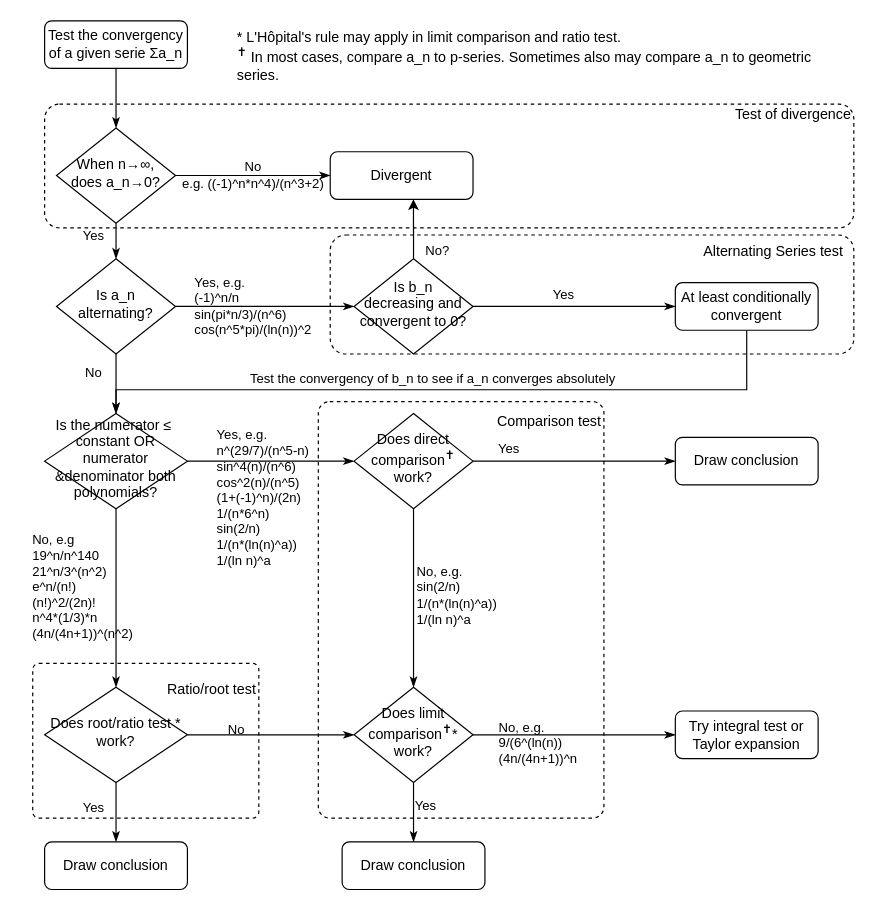
The draw.io diagram convergency_testings.drawio in lemonci/notes, before the edit. Source tidied: cells renumbered, new cells numbered last; positions are measured from the earlier drawing's top-left corner, leaving out a move shared by most shapes. Both pictures are drawn from the tidied source at 119%, with x=0, y=0 at pixel (32, 20).
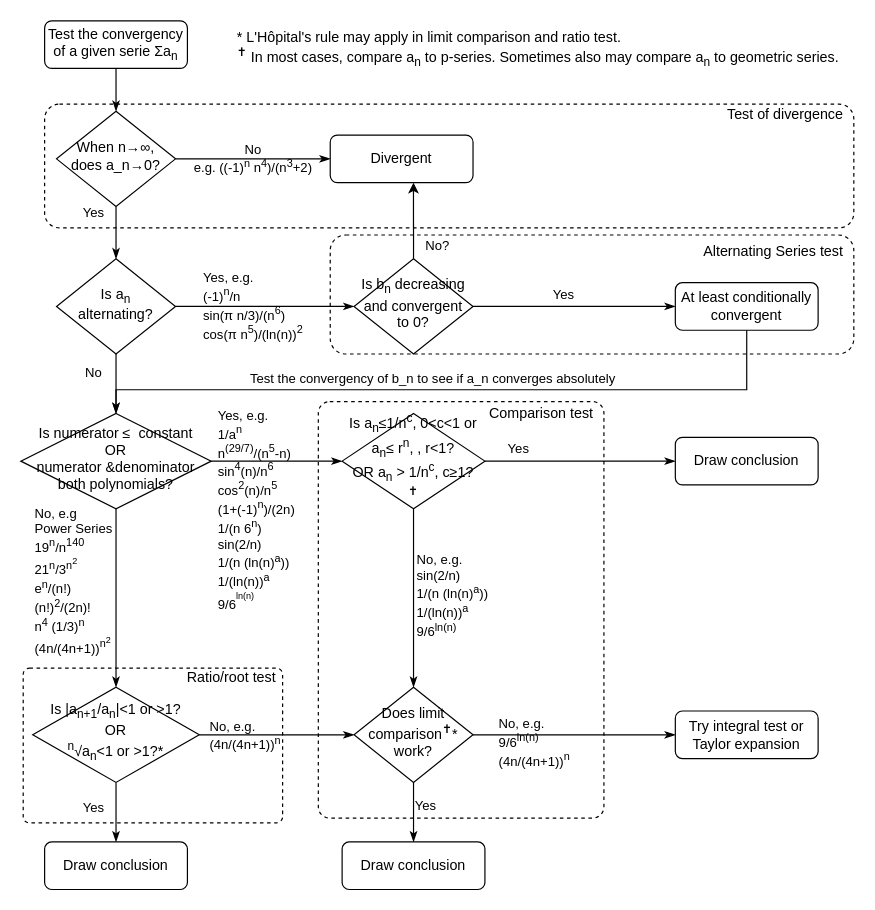
The same page after the edit.

Commit message:
Rewrite the test details

The change refers to these unchanged cells:
```xml
<mxCell id="9" style="edgeStyle=orthogonalEdgeStyle;rounded=0;jettySize=auto;html=1;exitX=0.5;exitY=1;exitDx=0;exitDy=0;entryX=0.5;entryY=0;entryDx=0;entryDy=0;endArrow=classicThin;endFill=1;labelBackgroundColor=none;" parent="1" edge="1" source="11" target="17">
  <mxGeometry relative="1" as="geometry" />
</mxCell>
<mxCell id="13" style="edgeStyle=orthogonalEdgeStyle;rounded=0;jettySize=auto;html=1;exitX=1;exitY=0.5;exitDx=0;exitDy=0;entryX=0;entryY=0.5;entryDx=0;entryDy=0;endArrow=classicThin;endFill=1;labelBackgroundColor=none;" parent="1" edge="1" source="17" target="24">
  <mxGeometry relative="1" as="geometry" />
</mxCell>
<mxCell id="25" style="edgeStyle=orthogonalEdgeStyle;rounded=0;jettySize=auto;html=1;exitX=1;exitY=0.5;exitDx=0;exitDy=0;endArrow=classicThin;endFill=1;labelBackgroundColor=none;" parent="1" edge="1" source="29" target="33">
  <mxGeometry relative="1" as="geometry" />
</mxCell>
<mxCell id="27" style="edgeStyle=orthogonalEdgeStyle;rounded=0;jettySize=auto;html=1;exitX=0.5;exitY=1;exitDx=0;exitDy=0;endArrow=classicThin;endFill=1;labelBackgroundColor=none;" parent="1" edge="1" source="29" target="42">
  <mxGeometry relative="1" as="geometry" />
</mxCell>
<mxCell id="30" style="edgeStyle=orthogonalEdgeStyle;rounded=0;jettySize=auto;html=1;exitX=0.5;exitY=1;exitDx=0;exitDy=0;endArrow=classicThin;endFill=1;labelBackgroundColor=none;" parent="1" edge="1" source="33" target="37">
  <mxGeometry relative="1" as="geometry" />
</mxCell>
<mxCell id="34" style="edgeStyle=orthogonalEdgeStyle;rounded=0;jettySize=auto;html=1;exitX=1;exitY=0.5;exitDx=0;exitDy=0;entryX=0;entryY=0.5;entryDx=0;entryDy=0;endArrow=classicThin;endFill=1;labelBackgroundColor=none;" parent="1" edge="1" source="37" target="43">
  <mxGeometry relative="1" as="geometry" />
</mxCell>
<mxCell id="38" style="edgeStyle=orthogonalEdgeStyle;rounded=0;jettySize=auto;html=1;exitX=1;exitY=0.5;exitDx=0;exitDy=0;entryX=0;entryY=0.5;entryDx=0;entryDy=0;endArrow=classicThin;endFill=1;labelBackgroundColor=none;" parent="1" edge="1" source="42" target="37">
  <mxGeometry relative="1" as="geometry" />
</mxCell>
```

What changed in the source:
```diff
@@
-    <mxCell id="2" value="&lt;div align=&quot;right&quot;&gt;&lt;br&gt;&lt;/div&gt;&lt;div align=&quot;right&quot;&gt;&lt;br&gt;&lt;/div&gt;&lt;div align=&quot;right&quot;&gt;Comparison test&lt;/div&gt;&lt;div align=&quot;right&quot;&gt;&lt;br&gt;&lt;/div&gt;&lt;div align=&quot;right&quot;&gt;&lt;br&gt;&lt;/div&gt;&lt;div align=&quot;right&quot;&gt;&lt;br&gt;&lt;/div&gt;&lt;div align=&quot;right&quot;&gt;&lt;br&gt;&lt;/div&gt;&lt;div align=&quot;right&quot;&gt;&lt;br&gt;&lt;/div&gt;&lt;div align=&quot;right&quot;&gt;&lt;br&gt;&lt;/div&gt;&lt;div align=&quot;right&quot;&gt;&lt;br&gt;&lt;/div&gt;&lt;div align=&quot;right&quot;&gt;&lt;br&gt;&lt;/div&gt;&lt;div align=&quot;right&quot;&gt;&lt;br&gt;&lt;/div&gt;&lt;div align=&quot;right&quot;&gt;&lt;br&gt;&lt;/div&gt;&lt;div align=&quot;right&quot;&gt;&lt;br&gt;&lt;/div&gt;&lt;div align=&quot;right&quot;&gt;&lt;br&gt;&lt;/div&gt;&lt;div align=&quot;right&quot;&gt;&amp;nbsp;&amp;nbsp; &lt;br&gt;&lt;/div&gt;&lt;div align=&quot;right&quot;&gt;&lt;br&gt;&lt;/div&gt;&lt;div align=&quot;right&quot;&gt;&lt;br&gt;&lt;/div&gt;&lt;div align=&quot;right&quot;&gt;&lt;br&gt;&lt;/div&gt;&lt;div align=&quot;right&quot;&gt;&lt;br&gt;&lt;/div&gt;&lt;div align=&quot;right&quot;&gt;&lt;br&gt;&lt;/div&gt;&lt;div align=&quot;right&quot;&gt;&lt;br&gt;&lt;/div&gt;&lt;div align=&quot;right&quot;&gt;&lt;br&gt;&lt;/div&gt;&lt;div&gt;&lt;br&gt;&lt;/div&gt;&lt;div&gt;&lt;br&gt;&lt;/div&gt;&lt;div&gt;&lt;br&gt;&lt;/div&gt;&lt;div&gt;&lt;br&gt;&lt;/div&gt;" style="rounded=1;whiteSpace=wrap;html=1;dashed=1;fillColor=none;align=right;arcSize=4;labelBackgroundColor=none;" parent="1" vertex="1">
+    <mxCell id="2" value="&lt;div align=&quot;right&quot;&gt;&lt;br&gt;&lt;/div&gt;&lt;div align=&quot;right&quot;&gt;&lt;br&gt;&lt;/div&gt;&lt;div align=&quot;right&quot;&gt;Comparison test &amp;nbsp; &lt;br&gt;&lt;/div&gt;&lt;div align=&quot;right&quot;&gt;&lt;br&gt;&lt;/div&gt;&lt;div align=&quot;right&quot;&gt;&lt;br&gt;&lt;/div&gt;&lt;div align=&quot;right&quot;&gt;&lt;br&gt;&lt;/div&gt;&lt;div align=&quot;right&quot;&gt;&lt;br&gt;&lt;/div&gt;&lt;div align=&quot;right&quot;&gt;&lt;br&gt;&lt;/div&gt;&lt;div align=&quot;right&quot;&gt;&lt;br&gt;&lt;/div&gt;&lt;div align=&quot;right&quot;&gt;&lt;br&gt;&lt;/div&gt;&lt;div align=&quot;right&quot;&gt;&lt;br&gt;&lt;/div&gt;&lt;div align=&quot;right&quot;&gt;&lt;br&gt;&lt;/div&gt;&lt;div align=&quot;right&quot;&gt;&lt;br&gt;&lt;/div&gt;&lt;div align=&quot;right&quot;&gt;&lt;br&gt;&lt;/div&gt;&lt;div align=&quot;right&quot;&gt;&lt;br&gt;&lt;/div&gt;&lt;div align=&quot;right&quot;&gt;&lt;br&gt;&lt;/div&gt;&lt;div align=&quot;right&quot;&gt;&amp;nbsp;&amp;nbsp; &lt;br&gt;&lt;/div&gt;&lt;div align=&quot;right&quot;&gt;&lt;br&gt;&lt;/div&gt;&lt;div align=&quot;right&quot;&gt;&lt;br&gt;&lt;/div&gt;&lt;div align=&quot;right&quot;&gt;&lt;br&gt;&lt;/div&gt;&lt;div align=&quot;right&quot;&gt;&lt;br&gt;&lt;/div&gt;&lt;div align=&quot;right&quot;&gt;&lt;br&gt;&lt;/div&gt;&lt;div align=&quot;right&quot;&gt;&lt;br&gt;&lt;/div&gt;&lt;div align=&quot;right&quot;&gt;&lt;br&gt;&lt;/div&gt;&lt;div&gt;&lt;br&gt;&lt;/div&gt;&lt;div&gt;&lt;br&gt;&lt;/div&gt;&lt;div&gt;&lt;br&gt;&lt;/div&gt;&lt;div&gt;&lt;br&gt;&lt;/div&gt;" style="rounded=1;whiteSpace=wrap;html=1;dashed=1;fillColor=none;align=right;arcSize=4;labelBackgroundColor=none;" parent="1" vertex="1">
       <mxGeometry x="240" y="320" width="240" height="350" as="geometry" />
     </mxCell>
-    <mxCell id="3" value="&lt;div align=&quot;right&quot;&gt;&lt;br&gt;&lt;/div&gt;&lt;div align=&quot;right&quot;&gt;&lt;br&gt;&lt;/div&gt;&lt;div align=&quot;right&quot;&gt;Ratio/root test&lt;/div&gt;&lt;div align=&quot;right&quot;&gt;&lt;br&gt;&lt;/div&gt;&lt;div align=&quot;right&quot;&gt;&lt;br&gt;&lt;/div&gt;&lt;div align=&quot;right&quot;&gt;&lt;br&gt;&lt;/div&gt;&lt;div align=&quot;right&quot;&gt;&lt;br&gt;&lt;/div&gt;&lt;div align=&quot;right&quot;&gt;&lt;br&gt;&lt;/div&gt;&lt;div align=&quot;right&quot;&gt;&lt;br&gt;&lt;/div&gt;&lt;div align=&quot;right&quot;&gt;&lt;br&gt;&lt;/div&gt;&lt;div align=&quot;right&quot;&gt;&lt;br&gt;&lt;/div&gt;" style="rounded=1;whiteSpace=wrap;html=1;dashed=1;fillColor=none;align=right;arcSize=4;labelBackgroundColor=none;" parent="1" vertex="1">
-      <mxGeometry y="540" width="190" height="130" as="geometry" />
+    <mxCell id="3" value="&lt;div align=&quot;right&quot;&gt;&lt;br&gt;&lt;/div&gt;&lt;div align=&quot;right&quot;&gt;&lt;br&gt;&lt;/div&gt;&lt;div align=&quot;right&quot;&gt;Ratio/root test&amp;nbsp; &lt;br&gt;&lt;/div&gt;&lt;div align=&quot;right&quot;&gt;&lt;br&gt;&lt;/div&gt;&lt;div align=&quot;right&quot;&gt;&lt;br&gt;&lt;/div&gt;&lt;div align=&quot;right&quot;&gt;&lt;br&gt;&lt;/div&gt;&lt;div align=&quot;right&quot;&gt;&lt;br&gt;&lt;/div&gt;&lt;div align=&quot;right&quot;&gt;&lt;br&gt;&lt;/div&gt;&lt;div align=&quot;right&quot;&gt;&lt;br&gt;&lt;/div&gt;&lt;div align=&quot;right&quot;&gt;&lt;br&gt;&lt;/div&gt;&lt;div align=&quot;right&quot;&gt;&lt;br&gt;&lt;/div&gt;&lt;div align=&quot;right&quot;&gt;&lt;br&gt;&lt;/div&gt;&lt;div align=&quot;right&quot;&gt;&lt;br&gt;&lt;/div&gt;" style="rounded=1;whiteSpace=wrap;html=1;dashed=1;fillColor=none;align=right;arcSize=4;labelBackgroundColor=none;" parent="1" vertex="1">
+      <mxGeometry x="-8" y="544" width="218" height="130" as="geometry" />
     </mxCell>
@@
-    <mxCell id="5" value="&lt;div align=&quot;right&quot;&gt;&lt;span style=&quot;white-space: pre&quot;&gt; &lt;/span&gt;&lt;span style=&quot;white-space: pre&quot;&gt; &lt;/span&gt;&lt;span style=&quot;white-space: pre&quot;&gt; &lt;/span&gt;&lt;span style=&quot;white-space: pre&quot;&gt; &lt;/span&gt;&lt;span style=&quot;white-space: pre&quot;&gt; &lt;/span&gt;&lt;span style=&quot;white-space: pre&quot;&gt; &lt;/span&gt;&lt;span style=&quot;white-space: pre&quot;&gt; &lt;/span&gt;&lt;span style=&quot;white-space: pre&quot;&gt; &lt;/span&gt;&lt;span style=&quot;white-space: pre&quot;&gt; &lt;/span&gt;&lt;span style=&quot;white-space: pre&quot;&gt; &lt;/span&gt;&lt;span style=&quot;white-space: pre&quot;&gt; &lt;/span&gt;&lt;span style=&quot;white-space: pre&quot;&gt; &lt;/span&gt;&lt;span style=&quot;white-space: pre&quot;&gt; &lt;/span&gt;&lt;span style=&quot;white-space: pre&quot;&gt; &lt;/span&gt;&lt;span style=&quot;white-space: pre&quot;&gt; &lt;/span&gt;&lt;span style=&quot;white-space: pre&quot;&gt; &lt;/span&gt;&lt;span style=&quot;white-space: pre&quot;&gt; &lt;/span&gt;&lt;span style=&quot;white-space: pre&quot;&gt; &lt;/span&gt;Test of divergence&lt;/div&gt;&lt;div align=&quot;right&quot;&gt;&lt;br&gt;&lt;/div&gt;&lt;div align=&quot;right&quot;&gt;&lt;br&gt;&lt;/div&gt;&lt;div align=&quot;right&quot;&gt;&lt;br&gt;&lt;/div&gt;&lt;div align=&quot;right&quot;&gt;&lt;br&gt;&lt;/div&gt;&lt;div align=&quot;right&quot;&gt;&lt;br&gt;&lt;/div&gt;&lt;div align=&quot;right&quot;&gt;&lt;br&gt;&lt;/div&gt;" style="rounded=1;whiteSpace=wrap;html=1;dashed=1;fillColor=none;align=right;arcSize=12;labelBackgroundColor=none;" parent="1" vertex="1">
+    <mxCell id="5" value="&lt;div align=&quot;right&quot;&gt;&lt;span style=&quot;white-space: pre&quot;&gt; &lt;/span&gt;&lt;span style=&quot;white-space: pre&quot;&gt; &lt;/span&gt;&lt;span style=&quot;white-space: pre&quot;&gt; &lt;/span&gt;&lt;span style=&quot;white-space: pre&quot;&gt; &lt;/span&gt;&lt;span style=&quot;white-space: pre&quot;&gt; &lt;/span&gt;&lt;span style=&quot;white-space: pre&quot;&gt; &lt;/span&gt;&lt;span style=&quot;white-space: pre&quot;&gt; &lt;/span&gt;&lt;span style=&quot;white-space: pre&quot;&gt; &lt;/span&gt;&lt;span style=&quot;white-space: pre&quot;&gt; &lt;/span&gt;&lt;span style=&quot;white-space: pre&quot;&gt; &lt;/span&gt;&lt;span style=&quot;white-space: pre&quot;&gt; &lt;/span&gt;&lt;span style=&quot;white-space: pre&quot;&gt; &lt;/span&gt;&lt;span style=&quot;white-space: pre&quot;&gt; &lt;/span&gt;&lt;span style=&quot;white-space: pre&quot;&gt; &lt;/span&gt;&lt;span style=&quot;white-space: pre&quot;&gt; &lt;/span&gt;&lt;span style=&quot;white-space: pre&quot;&gt; &lt;/span&gt;&lt;span style=&quot;white-space: pre&quot;&gt; &lt;/span&gt;&lt;span style=&quot;white-space: pre&quot;&gt; &lt;/span&gt;Test of divergence&amp;nbsp;&amp;nbsp; &lt;br&gt;&lt;/div&gt;&lt;div align=&quot;right&quot;&gt;&lt;br&gt;&lt;/div&gt;&lt;div align=&quot;right&quot;&gt;&lt;br&gt;&lt;/div&gt;&lt;div align=&quot;right&quot;&gt;&lt;br&gt;&lt;/div&gt;&lt;div align=&quot;right&quot;&gt;&lt;br&gt;&lt;/div&gt;&lt;div align=&quot;right&quot;&gt;&lt;br&gt;&lt;/div&gt;&lt;div align=&quot;right&quot;&gt;&lt;br&gt;&lt;/div&gt;" style="rounded=1;whiteSpace=wrap;html=1;dashed=1;fillColor=none;align=right;arcSize=12;labelBackgroundColor=none;" parent="1" vertex="1">
       <mxGeometry x="10" y="70" width="680" height="104" as="geometry" />
     </mxCell>
@@
-    <mxCell id="7" value="Test the convergency of a given serie Σa_n" style="rounded=1;whiteSpace=wrap;html=1;fontSize=12;glass=0;strokeWidth=1;shadow=0;labelBackgroundColor=none;" parent="1" vertex="1">
+    <mxCell id="7" value="Test the convergency of a given serie Σa&lt;sub&gt;n&lt;/sub&gt;" style="rounded=1;whiteSpace=wrap;html=1;fontSize=12;glass=0;strokeWidth=1;shadow=0;labelBackgroundColor=none;" parent="1" vertex="1">
       <mxGeometry x="10" width="120" height="40" as="geometry" />
     </mxCell>
-    <mxCell id="8" value="&lt;div&gt;No&lt;/div&gt;&lt;div&gt;e.g. ((-1)^n*n^4)/(n^3+2)&lt;/div&gt;" style="edgeStyle=orthogonalEdgeStyle;rounded=0;jettySize=auto;html=1;exitX=1;exitY=0.5;exitDx=0;exitDy=0;entryX=0;entryY=0.5;entryDx=0;entryDy=0;endArrow=classicThin;endFill=1;labelBackgroundColor=none;" parent="1" edge="1" source="11" target="12">
-      <mxGeometry relative="1" as="geometry" />
-    </mxCell>
@@
     <mxCell id="10" value="Yes" style="edgeLabel;html=1;align=center;verticalAlign=middle;labelBackgroundColor=none;" parent="9" vertex="1">
       <mxGeometry x="0.73" y="2" relative="1" as="geometry">
-        <mxPoint x="-22" y="-16" as="offset" />
+        <mxPoint x="-22" y="-34" as="offset" />
       </mxGeometry>
     </mxCell>
+    <mxCell id="8" value="&lt;div&gt;No&lt;/div&gt;&lt;div&gt;e.g. ((-1)&lt;sup&gt;n&lt;/sup&gt; n&lt;sup&gt;4&lt;/sup&gt;)/(n&lt;sup&gt;3&lt;/sup&gt;+2)&lt;/div&gt;" style="edgeStyle=orthogonalEdgeStyle;rounded=0;jettySize=auto;html=1;entryX=0;entryY=0.5;entryDx=0;entryDy=0;labelBackgroundColor=none;endArrow=classicThin;endFill=1;" parent="1" edge="1" source="11" target="12">
+      <mxGeometry relative="1" as="geometry" />
+    </mxCell>
     <mxCell id="11" value="When n→∞, does a_n→0?" style="rhombus;whiteSpace=wrap;html=1;shadow=0;fontFamily=Helvetica;fontSize=12;align=center;strokeWidth=1;spacing=6;spacingTop=-4;labelBackgroundColor=none;" parent="1" vertex="1">
-      <mxGeometry x="20" y="90" width="100" height="80" as="geometry" />
+      <mxGeometry x="20" y="76" width="100" height="80" as="geometry" />
     </mxCell>
     <mxCell id="12" value="Divergent" style="rounded=1;whiteSpace=wrap;html=1;fontSize=12;glass=0;strokeWidth=1;shadow=0;labelBackgroundColor=none;" parent="1" vertex="1">
-      <mxGeometry x="250" y="110" width="120" height="40" as="geometry" />
+      <mxGeometry x="250" y="96" width="120" height="40" as="geometry" />
     </mxCell>
@@
-    <mxCell id="14" value="&lt;div align=&quot;left&quot;&gt;Yes, e.g. &lt;/div&gt;&lt;div align=&quot;left&quot;&gt;(-1)^n/n&lt;/div&gt;&lt;div align=&quot;left&quot;&gt;sin(pi*n/3)/(n^6)&lt;/div&gt;&lt;div align=&quot;left&quot;&gt;cos(n^5*pi)/(ln(n))^2&lt;br&gt;&lt;/div&gt;" style="edgeLabel;html=1;align=center;verticalAlign=middle;labelBackgroundColor=none;" parent="13" vertex="1">
+    <mxCell id="14" value="&lt;div align=&quot;left&quot;&gt;Yes, e.g. &lt;/div&gt;&lt;div align=&quot;left&quot;&gt;(-1)&lt;sup&gt;n&lt;/sup&gt;/n&lt;/div&gt;&lt;div align=&quot;left&quot;&gt;sin(π n/3)/(n&lt;sup&gt;6&lt;/sup&gt;)&lt;/div&gt;&lt;div align=&quot;left&quot;&gt;cos(π n&lt;sup&gt;5&lt;/sup&gt;)/(ln(n))&lt;sup&gt;2&lt;/sup&gt;&lt;br&gt;&lt;/div&gt;" style="edgeLabel;html=1;align=center;verticalAlign=middle;labelBackgroundColor=none;" parent="13" vertex="1">
       <mxGeometry x="-0.15" relative="1" as="geometry">
         <mxPoint y="-1" as="offset" />
       </mxGeometry>
     </mxCell>
@@
-    <mxCell id="17" value="Is a_n alternating?" style="rhombus;whiteSpace=wrap;html=1;shadow=0;fontFamily=Helvetica;fontSize=12;align=center;strokeWidth=1;spacing=6;spacingTop=-4;labelBackgroundColor=none;" parent="1" vertex="1">
+    <mxCell id="17" value="Is a&lt;sub&gt;n&lt;/sub&gt; alternating?" style="rhombus;whiteSpace=wrap;html=1;shadow=0;fontFamily=Helvetica;fontSize=12;align=center;strokeWidth=1;spacing=6;spacingTop=-4;labelBackgroundColor=none;" parent="1" vertex="1">
       <mxGeometry x="20" y="200" width="100" height="80" as="geometry" />
     </mxCell>
@@
-    <mxCell id="24" value="Is b_n decreasing and convergent to 0?" style="rhombus;whiteSpace=wrap;html=1;shadow=0;fontFamily=Helvetica;fontSize=12;align=center;strokeWidth=1;spacing=6;spacingTop=-4;labelBackgroundColor=none;" parent="1" vertex="1">
+    <mxCell id="24" value="Is b&lt;sub&gt;n&lt;/sub&gt; decreasing and convergent to 0?" style="rhombus;whiteSpace=wrap;html=1;shadow=0;fontFamily=Helvetica;fontSize=12;align=center;strokeWidth=1;spacing=6;spacingTop=-4;labelBackgroundColor=none;" parent="1" vertex="1">
       <mxGeometry x="270" y="200" width="100" height="80" as="geometry" />
     </mxCell>
@@
-    <mxCell id="26" value="&lt;div&gt;Yes, e.g.&lt;/div&gt;&lt;div&gt;n^(29/7)/(n^5-n)&lt;/div&gt;&lt;div&gt;sin^4(n)/(n^6)&lt;/div&gt;&lt;div&gt;cos^2(n)/(n^5)&lt;/div&gt;&lt;div&gt;(1+(-1)^n)/(2n)&lt;br&gt;&lt;/div&gt;&lt;div&gt;1/(n*6^n)&lt;/div&gt;&lt;div&gt;sin(2/n)&lt;/div&gt;&lt;div&gt;1/(n*(ln(n)^a))&lt;/div&gt;&lt;div&gt;1/(ln n)^a&lt;/div&gt;" style="edgeLabel;html=1;align=left;verticalAlign=middle;labelBackgroundColor=none;" parent="25" vertex="1">
+    <mxCell id="26" value="&lt;div&gt;Yes, e.g.&lt;/div&gt;&lt;div&gt;1/a&lt;sup&gt;n&lt;/sup&gt;&lt;br&gt;&lt;/div&gt;&lt;div&gt;n&lt;sup&gt;(29/7)&lt;/sup&gt;/(n&lt;sup&gt;5&lt;/sup&gt;-n)&lt;/div&gt;&lt;div&gt;sin&lt;sup&gt;4&lt;/sup&gt;(n)/n&lt;sup&gt;6&lt;/sup&gt;&lt;/div&gt;&lt;div&gt;cos&lt;sup&gt;2&lt;/sup&gt;(n)/n&lt;sup&gt;5&lt;/sup&gt;&lt;/div&gt;&lt;div&gt;(1+(-1)&lt;sup&gt;n&lt;/sup&gt;)/(2n)&lt;br&gt;&lt;/div&gt;&lt;div&gt;1/(n 6&lt;sup&gt;n&lt;/sup&gt;)&lt;/div&gt;&lt;div&gt;sin(2/n)&lt;/div&gt;&lt;div&gt;1/(n (ln(n)&lt;sup&gt;a&lt;/sup&gt;))&lt;/div&gt;&lt;div&gt;1/(ln(n))&lt;sup&gt;a&lt;/sup&gt;&lt;br&gt;9/6&lt;sup&gt;&lt;sup&gt;ln(n)&lt;/sup&gt;&lt;/sup&gt;&lt;/div&gt;" style="edgeLabel;html=1;align=left;verticalAlign=middle;labelBackgroundColor=none;" parent="25" vertex="1">
       <mxGeometry x="-0.22" y="2" relative="1" as="geometry">
-        <mxPoint x="-32" y="32" as="offset" />
+        <mxPoint x="-39" y="42" as="offset" />
       </mxGeometry>
     </mxCell>
@@
-    <mxCell id="28" value="&lt;div&gt;No, e.g &lt;/div&gt;&lt;div&gt;19^n/n^140&lt;/div&gt;&lt;div&gt;21^n/3^(n^2)&lt;/div&gt;&lt;div&gt;e^n/(n!)&lt;/div&gt;&lt;div&gt;(n!)^2/(2n)!&lt;/div&gt;&lt;div&gt;n^4*(1/3)*n&lt;/div&gt;&lt;div&gt;(4n/(4n+1))^(n^2)&lt;br&gt;&lt;/div&gt;" style="edgeLabel;html=1;align=left;verticalAlign=middle;labelBackgroundColor=none;" parent="27" vertex="1">
+    <mxCell id="28" value="&lt;div&gt;No, e.g&lt;/div&gt;&lt;div&gt;Power Series&lt;br&gt; &lt;/div&gt;&lt;div&gt;19&lt;sup&gt;n&lt;/sup&gt;/n&lt;sup&gt;140&lt;/sup&gt;&lt;/div&gt;&lt;div&gt;21&lt;sup&gt;n&lt;/sup&gt;/3&lt;sup&gt;n&lt;sup&gt;2&lt;/sup&gt;&lt;/sup&gt;&lt;/div&gt;&lt;div&gt;e&lt;sup&gt;n&lt;/sup&gt;/(n!)&lt;br&gt;&lt;/div&gt;&lt;div&gt;(n!)&lt;sup&gt;2&lt;/sup&gt;/(2n)!&lt;/div&gt;&lt;div&gt;n&lt;sup&gt;4&lt;/sup&gt; (1/3)&lt;sup&gt;n&lt;/sup&gt;&lt;/div&gt;&lt;div&gt;(4n/(4n+1))&lt;sup&gt;n&lt;sup&gt;2&lt;/sup&gt;&lt;/sup&gt;&lt;br&gt;&lt;/div&gt;" style="edgeLabel;html=1;align=left;verticalAlign=middle;labelBackgroundColor=none;" parent="27" vertex="1">
       <mxGeometry x="-0.26" y="2" relative="1" as="geometry">
-        <mxPoint x="-74" y="9" as="offset" />
+        <mxPoint x="-72" y="4" as="offset" />
       </mxGeometry>
     </mxCell>
-    <mxCell id="29" value="Is the numerator ≤&amp;nbsp; constant OR numerator &amp;amp;denominator both polynomials?" style="rhombus;whiteSpace=wrap;html=1;shadow=0;fontFamily=Helvetica;fontSize=12;align=center;strokeWidth=1;spacing=6;spacingTop=-4;labelBackgroundColor=none;" parent="1" vertex="1">
-      <mxGeometry x="10" y="330" width="120" height="80" as="geometry" />
+    <mxCell id="29" value="&lt;div&gt;Is numerator ≤&amp;nbsp; constant&lt;/div&gt;&lt;div&gt;OR&lt;/div&gt;&lt;div&gt; numerator &amp;amp;denominator both polynomials?&lt;/div&gt;" style="rhombus;whiteSpace=wrap;html=1;shadow=0;fontFamily=Helvetica;fontSize=12;align=center;strokeWidth=1;spacing=6;spacingTop=-4;labelBackgroundColor=none;" parent="1" vertex="1">
+      <mxGeometry x="-10" y="330" width="160" height="80" as="geometry" />
     </mxCell>
@@
-    <mxCell id="31" value="&lt;div&gt;No, e.g.&lt;/div&gt;&lt;div&gt;sin(2/n)&lt;/div&gt;&lt;div&gt;1/(n*(ln(n)^a))&lt;/div&gt;&lt;div&gt;1/(ln n)^a&lt;br&gt;&lt;/div&gt;" style="edgeLabel;html=1;align=left;verticalAlign=middle;labelBackgroundColor=none;" parent="30" vertex="1">
+    <mxCell id="31" value="&lt;div&gt;No, e.g.&lt;/div&gt;&lt;div&gt;sin(2/n)&lt;/div&gt;&lt;div&gt;1/(n (ln(n)&lt;sup&gt;a&lt;/sup&gt;))&lt;/div&gt;&lt;div&gt;1/(ln(n))&lt;sup&gt;a&lt;/sup&gt;&lt;/div&gt;&lt;div&gt;9/6&lt;sup&gt;ln(n)&lt;/sup&gt;&lt;/div&gt;" style="edgeLabel;html=1;align=left;verticalAlign=middle;labelBackgroundColor=none;" parent="30" vertex="1">
       <mxGeometry x="-0.04" y="1" relative="1" as="geometry" />
     </mxCell>
@@
-    <mxCell id="33" value="Does direct comparison&lt;sup&gt;✝&lt;/sup&gt; work?" style="rhombus;whiteSpace=wrap;html=1;shadow=0;fontFamily=Helvetica;fontSize=12;align=center;strokeWidth=1;spacing=6;spacingTop=-4;labelBackgroundColor=none;" parent="1" vertex="1">
-      <mxGeometry x="270" y="330" width="100" height="80" as="geometry" />
+    <mxCell id="33" value="&lt;div&gt;Is a&lt;sub&gt;n&lt;/sub&gt;≤1/n&lt;sup&gt;c&lt;/sup&gt;, 0&amp;lt;c&amp;lt;1 or a&lt;sub&gt;n&lt;/sub&gt;≤ r&lt;sup&gt;n&lt;/sup&gt;, , r&amp;lt;1?&lt;/div&gt;&lt;div&gt;OR a&lt;sub&gt;n&lt;/sub&gt; &amp;gt; 1/n&lt;sup&gt;c&lt;/sup&gt;, c≥1?&lt;sup&gt; ✝&lt;/sup&gt;&lt;/div&gt;" style="rhombus;whiteSpace=wrap;html=1;shadow=0;fontFamily=Helvetica;fontSize=12;align=center;strokeWidth=1;spacing=6;spacingTop=-4;labelBackgroundColor=none;" parent="1" vertex="1">
+      <mxGeometry x="260" y="330" width="120" height="80" as="geometry" />
     </mxCell>
@@
-    <mxCell id="35" value="&lt;div&gt;No, e.g. &lt;br&gt;&lt;/div&gt;&lt;div&gt;9/(6^(ln(n))&lt;br&gt;&lt;div&gt;(4n/(4n+1))^n&lt;/div&gt;&lt;/div&gt;" style="edgeLabel;html=1;align=left;verticalAlign=middle;labelBackgroundColor=none;" parent="34" vertex="1">
+    <mxCell id="35" value="&lt;div&gt;No, e.g. &lt;br&gt;&lt;/div&gt;&lt;div&gt;9/6&lt;sup&gt;ln(n)&lt;/sup&gt;&lt;br&gt;&lt;div&gt;(4n/(4n+1))&lt;sup&gt;n&lt;/sup&gt;&lt;/div&gt;&lt;/div&gt;" style="edgeLabel;html=1;align=left;verticalAlign=middle;labelBackgroundColor=none;" parent="34" vertex="1">
       <mxGeometry x="-0.07" y="-1" relative="1" as="geometry">
         <mxPoint x="-59" y="5" as="offset" />
       </mxGeometry>
     </mxCell>
@@
-    <mxCell id="39" value="&lt;div&gt;No&lt;br&gt;&lt;/div&gt;" style="edgeLabel;html=1;align=center;verticalAlign=middle;labelBackgroundColor=none;" parent="38" vertex="1">
+    <mxCell id="39" value="&lt;div&gt;No, e.g.&lt;/div&gt;&lt;div&gt;(4n/(4n+1))&lt;sup&gt;n&lt;/sup&gt;&lt;/div&gt;" style="edgeLabel;html=1;align=left;verticalAlign=middle;labelBackgroundColor=none;" parent="38" vertex="1">
       <mxGeometry x="-0.17" y="-1" relative="1" as="geometry">
-        <mxPoint x="-18" y="-6" as="offset" />
+        <mxPoint x="-47" y="-1" as="offset" />
       </mxGeometry>
     </mxCell>
@@
-    <mxCell id="42" value="Does root/ratio test * work?" style="rhombus;whiteSpace=wrap;html=1;shadow=0;fontFamily=Helvetica;fontSize=12;align=center;strokeWidth=1;spacing=6;spacingTop=-4;labelBackgroundColor=none;" parent="1" vertex="1">
-      <mxGeometry x="10" y="560" width="120" height="80" as="geometry" />
+    <mxCell id="42" value="&lt;div&gt;Is |a&lt;sub&gt;n+1&lt;/sub&gt;/a&lt;sub&gt;n&lt;/sub&gt;|&amp;lt;1 or &amp;gt;1? OR&lt;/div&gt;&lt;div&gt; &lt;sup&gt;n&lt;/sup&gt;√a&lt;sub&gt;n&lt;/sub&gt;&amp;lt;1 or &amp;gt;1?*&lt;/div&gt;" style="rhombus;whiteSpace=wrap;html=1;shadow=0;fontFamily=Helvetica;fontSize=12;align=center;strokeWidth=1;spacing=6;spacingTop=-4;labelBackgroundColor=none;" parent="1" vertex="1">
+      <mxGeometry y="560" width="140" height="80" as="geometry" />
     </mxCell>
@@
-    <mxCell id="47" value="&lt;div&gt;* L'Hôpital's rule may apply in limit comparison and ratio test.&lt;/div&gt;&lt;div&gt;&lt;sup&gt;✝&lt;/sup&gt; In most cases, compare a_n to p-series. Sometimes also may compare a_n to geometric series.&lt;br&gt;&lt;/div&gt;" style="text;whiteSpace=wrap;html=1;" parent="1" vertex="1">
+    <mxCell id="47" value="&lt;div&gt;* L'Hôpital's rule may apply in limit comparison and ratio test.&lt;/div&gt;&lt;div&gt;&lt;sup&gt;✝&lt;/sup&gt; In most cases, compare a&lt;sub&gt;n&lt;/sub&gt; to p-series. Sometimes also may compare a&lt;sub&gt;n&lt;/sub&gt; to geometric series.&lt;br&gt;&lt;/div&gt;" style="text;whiteSpace=wrap;html=1;" parent="1" vertex="1">
       <mxGeometry x="170" width="520" height="30" as="geometry" />
     </mxCell>
```
